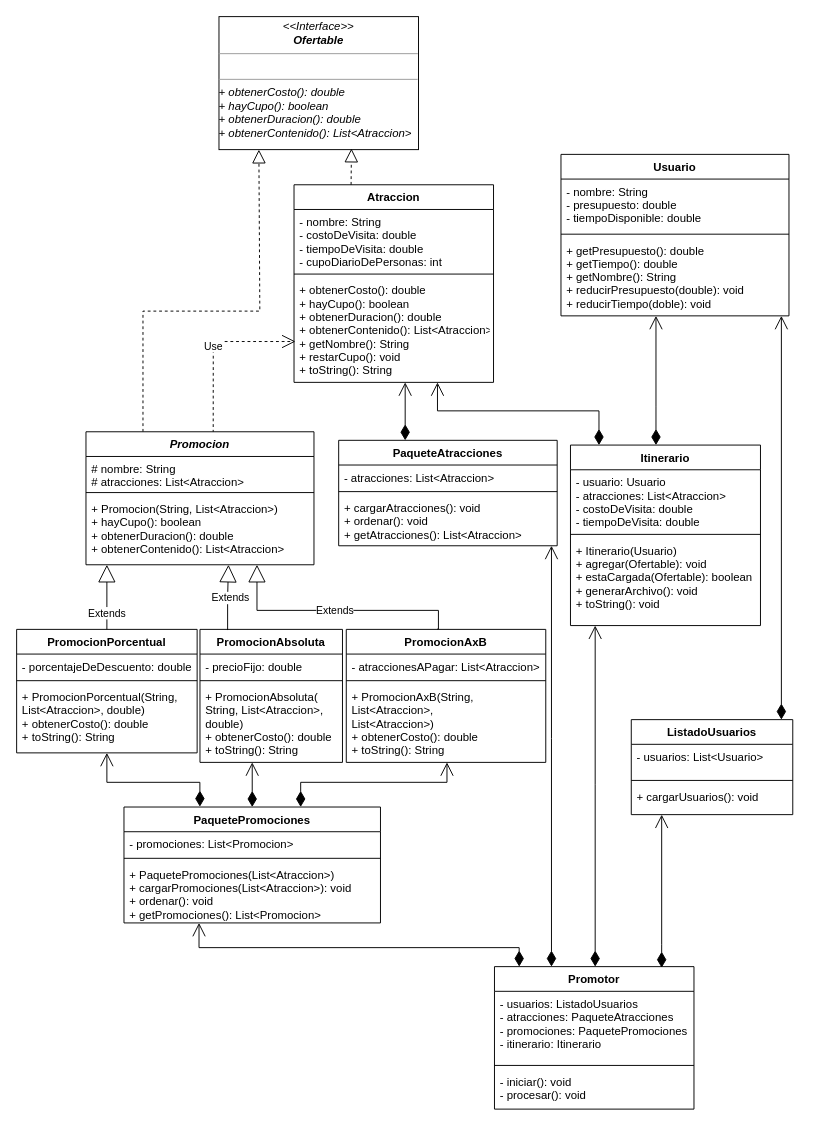
Before: UML/TierraMedia.drawio in telejam/Turismo-en-la-Tierra-Media-1, a draw.io diagram. Source tidied: cells renumbered, new cells numbered last; positions are measured from the earlier drawing's top-left corner, leaving out a move shared by most shapes. Both pictures are drawn from the tidied source at 95%, with x=0, y=0 at pixel (16, 16).
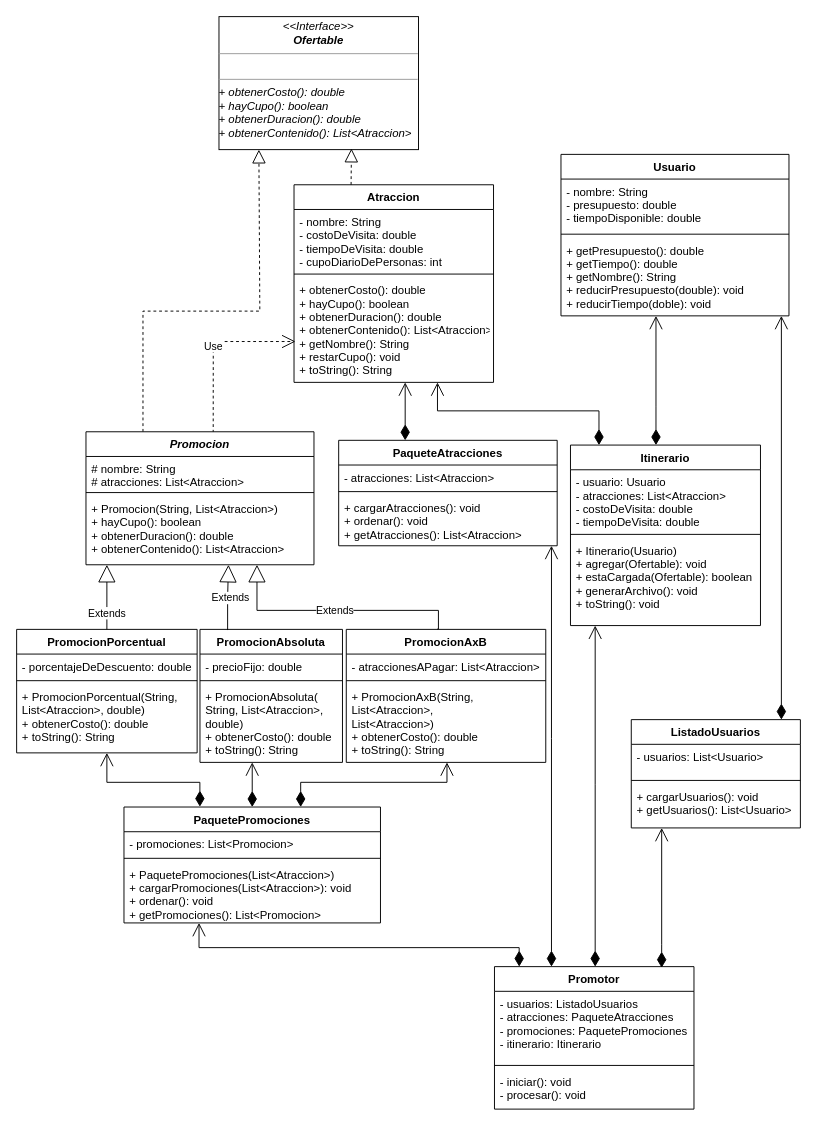
The same diagram, later.

The edit, as a diff of the source:
```diff
@@
     <mxCell id="43" value="ListadoUsuarios" style="swimlane;fontStyle=1;align=center;verticalAlign=top;horizontal=1;startSize=26;" parent="1" vertex="1">
-      <mxGeometry x="647" y="740" width="170" height="100" as="geometry" />
+      <mxGeometry x="647" y="740" width="178" height="114" as="geometry" />
     </mxCell>
     <mxCell id="44" value="- usuarios: List&lt;Usuario&gt;" style="text;strokeColor=none;fillColor=none;align=left;verticalAlign=top;spacingLeft=4;spacingRight=4;overflow=hidden;" parent="43" vertex="1">
-      <mxGeometry y="26" width="170" height="34" as="geometry" />
+      <mxGeometry y="26" width="178" height="34" as="geometry" />
     </mxCell>
     <mxCell id="45" style="line;strokeWidth=1;fillColor=none;align=left;verticalAlign=middle;spacingTop=-1;spacingLeft=3;spacingRight=3;labelPosition=right;" parent="43" vertex="1">
-      <mxGeometry y="60" width="170" height="8" as="geometry" />
+      <mxGeometry y="60" width="178" height="8" as="geometry" />
     </mxCell>
-    <mxCell id="46" value="+ cargarUsuarios(): void&#10;" style="text;strokeColor=none;fillColor=none;align=left;verticalAlign=top;spacingLeft=4;spacingRight=4;overflow=hidden;" parent="43" vertex="1">
-      <mxGeometry y="68" width="170" height="32" as="geometry" />
+    <mxCell id="46" value="+ cargarUsuarios(): void&#10;+ getUsuarios(): List&lt;Usuario&gt;" style="text;strokeColor=none;fillColor=none;align=left;verticalAlign=top;spacingLeft=4;spacingRight=4;overflow=hidden;" parent="43" vertex="1">
+      <mxGeometry y="68" width="178" height="46" as="geometry" />
     </mxCell>
```
